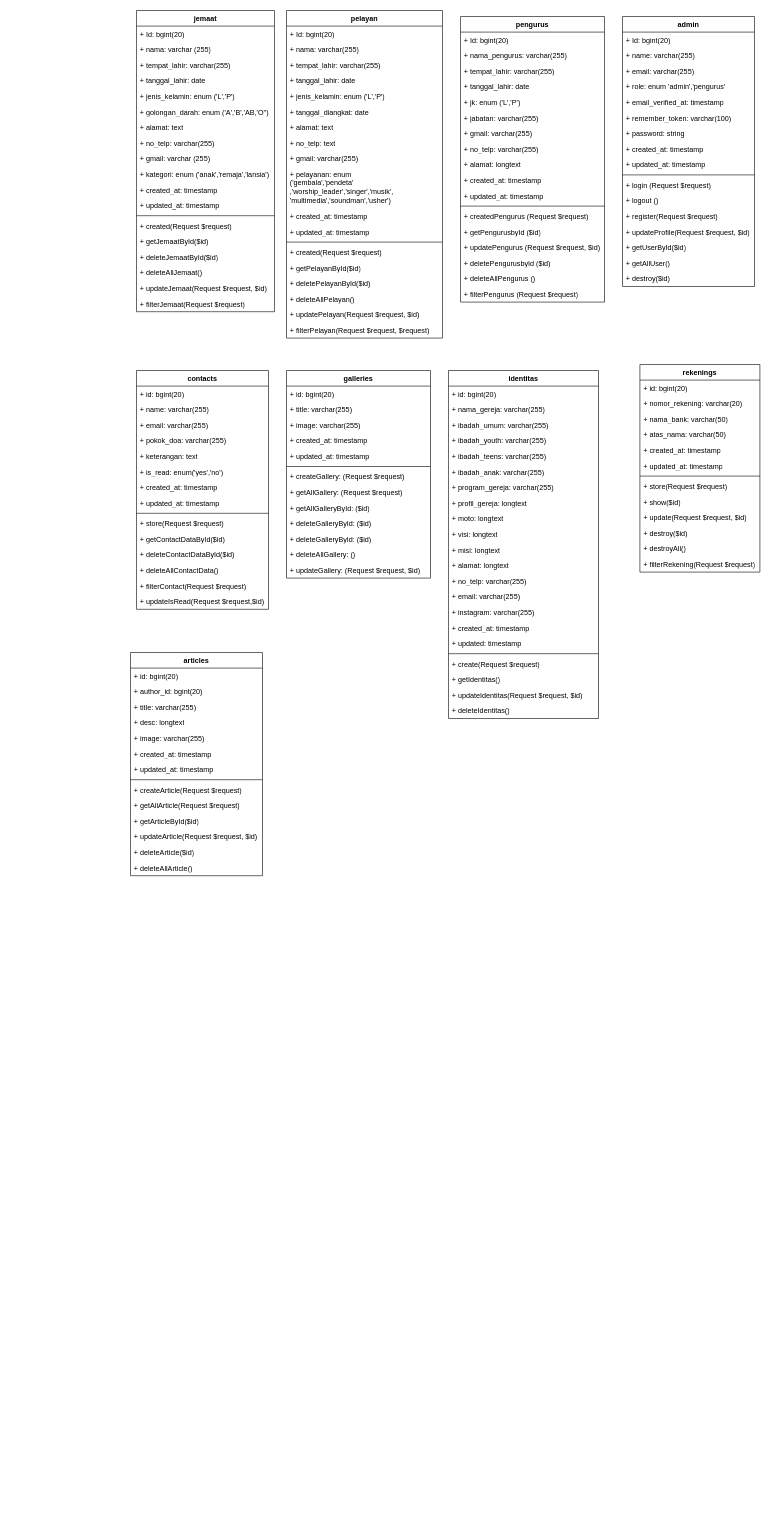
This is page "Page-4" (4 of 4) of Diagram Tanpa Judul.drawio from alhidayah-projects/.github, a draw.io file, before an edit. Source tidied: cells renumbered, new cells numbered last; positions are measured from the earlier drawing's top-left corner, leaving out a move shared by most shapes. Both pictures are drawn from the tidied source at 60%, with x=0, y=0 at pixel (130, 10).
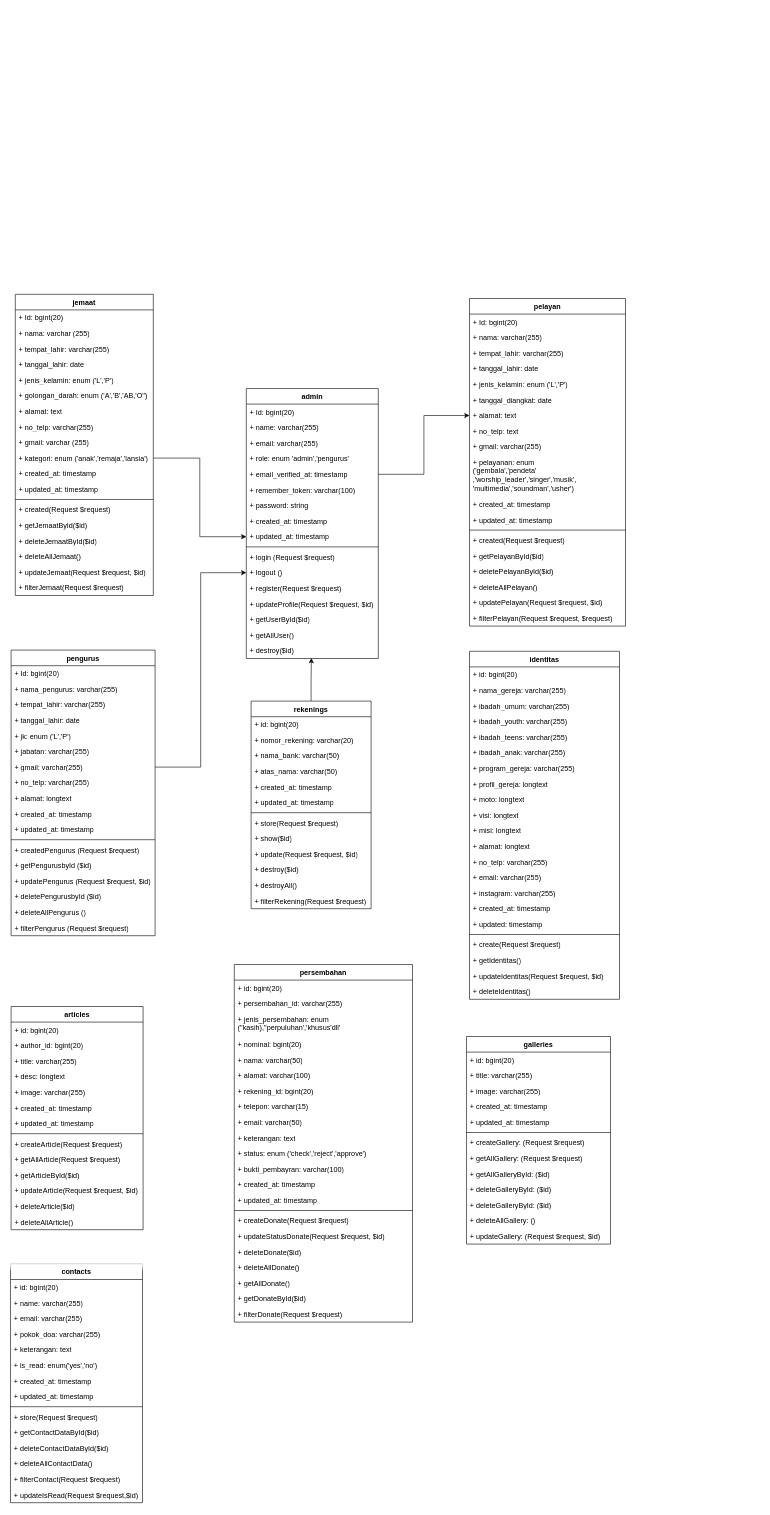
The same diagram, later.

Unchanged cells that the change refers to:
```xml
<mxCell id="12" value="+ kategori: enum ('anak','remaja','lansia')" style="text;strokeColor=none;fillColor=none;align=left;verticalAlign=top;spacingLeft=4;spacingRight=4;overflow=hidden;points=[[0,0.5],[1,0.5]];portConstraint=eastwest;whiteSpace=wrap;html=1;" parent="2" vertex="1">
  <mxGeometry y="260" width="230" height="26" as="geometry" />
</mxCell>
<mxCell id="29" value="+ gmail: varchar(255)" style="text;strokeColor=none;fillColor=none;align=left;verticalAlign=top;spacingLeft=4;spacingRight=4;overflow=hidden;points=[[0,0.5],[1,0.5]];portConstraint=eastwest;whiteSpace=wrap;html=1;" parent="22" vertex="1">
  <mxGeometry y="182" width="240" height="26" as="geometry" />
</mxCell>
<mxCell id="48" value="+ alamat: text" style="text;strokeColor=none;fillColor=none;align=left;verticalAlign=top;spacingLeft=4;spacingRight=4;overflow=hidden;points=[[0,0.5],[1,0.5]];portConstraint=eastwest;whiteSpace=wrap;html=1;" parent="41" vertex="1">
  <mxGeometry y="182" width="260" height="26" as="geometry" />
</mxCell>
<mxCell id="66" value="+ email_verified_at: timestamp" style="text;strokeColor=none;fillColor=none;align=left;verticalAlign=top;spacingLeft=4;spacingRight=4;overflow=hidden;points=[[0,0.5],[1,0.5]];portConstraint=eastwest;whiteSpace=wrap;html=1;" parent="61" vertex="1">
  <mxGeometry y="130" width="220" height="26" as="geometry" />
</mxCell>
<mxCell id="70" value="+ updated_at: timestamp" style="text;strokeColor=none;fillColor=none;align=left;verticalAlign=top;spacingLeft=4;spacingRight=4;overflow=hidden;points=[[0,0.5],[1,0.5]];portConstraint=eastwest;whiteSpace=wrap;html=1;" parent="61" vertex="1">
  <mxGeometry y="234" width="220" height="26" as="geometry" />
</mxCell>
<mxCell id="73" value="+ logout ()" style="text;strokeColor=none;fillColor=none;align=left;verticalAlign=top;spacingLeft=4;spacingRight=4;overflow=hidden;points=[[0,0.5],[1,0.5]];portConstraint=eastwest;whiteSpace=wrap;html=1;" parent="61" vertex="1">
  <mxGeometry y="294" width="220" height="26" as="geometry" />
</mxCell>
<mxCell id="78" value="+ destroy($id)" style="text;strokeColor=none;fillColor=none;align=left;verticalAlign=top;spacingLeft=4;spacingRight=4;overflow=hidden;points=[[0,0.5],[1,0.5]];portConstraint=eastwest;whiteSpace=wrap;html=1;" parent="61" vertex="1">
  <mxGeometry y="424" width="220" height="26" as="geometry" />
</mxCell>
```

Change to the diagram source:
```diff
@@
     <mxCell id="2" value="jemaat" style="swimlane;fontStyle=1;align=center;verticalAlign=top;horizontal=1;startSize=26;whiteSpace=wrap;html=1;" parent="1" vertex="1">
-      <mxGeometry x="10" width="230" height="502" as="geometry" />
+      <mxGeometry x="-192" y="473" width="230" height="502" as="geometry" />
     </mxCell>
@@
     <mxCell id="22" value="pengurus" style="swimlane;fontStyle=1;align=center;verticalAlign=top;horizontal=1;startSize=26;whiteSpace=wrap;html=1;" parent="1" vertex="1">
-      <mxGeometry x="550" y="10" width="240" height="476" as="geometry" />
+      <mxGeometry x="-199" y="1066" width="240" height="476" as="geometry" />
     </mxCell>
@@
     <mxCell id="41" value="pelayan" style="swimlane;fontStyle=1;align=center;verticalAlign=top;horizontal=1;startSize=26;whiteSpace=wrap;html=1;" parent="1" vertex="1">
-      <mxGeometry x="260" width="260" height="546" as="geometry" />
+      <mxGeometry x="565" y="480" width="260" height="546" as="geometry" />
     </mxCell>
@@
     <mxCell id="61" value="admin" style="swimlane;fontStyle=1;align=center;verticalAlign=top;horizontal=1;startSize=26;whiteSpace=wrap;html=1;" parent="1" vertex="1">
-      <mxGeometry x="820" y="10" width="220" height="450" as="geometry" />
+      <mxGeometry x="193" y="630" width="220" height="450" as="geometry" />
     </mxCell>
@@
-    <mxCell id="79" value="contacts" style="swimlane;fontStyle=1;align=center;verticalAlign=top;horizontal=1;startSize=26;whiteSpace=wrap;html=1;" parent="1" vertex="1">
-      <mxGeometry x="10" y="600" width="220" height="398" as="geometry" />
+    <mxCell id="79" value="contacts" style="swimlane;fontStyle=1;align=center;verticalAlign=top;horizontal=1;startSize=26;whiteSpace=wrap;html=1;glass=1;" parent="1" vertex="1">
+      <mxGeometry x="-200" y="2089" width="220" height="398" as="geometry" />
     </mxCell>
@@
     <mxCell id="95" value="galleries" style="swimlane;fontStyle=1;align=center;verticalAlign=top;horizontal=1;startSize=26;whiteSpace=wrap;html=1;" parent="1" vertex="1">
-      <mxGeometry x="260" y="600" width="240" height="346" as="geometry" />
+      <mxGeometry x="560" y="1710" width="240" height="346" as="geometry" />
     </mxCell>
@@
     <mxCell id="109" value="identitas" style="swimlane;fontStyle=1;align=center;verticalAlign=top;horizontal=1;startSize=26;whiteSpace=wrap;html=1;" parent="1" vertex="1">
-      <mxGeometry x="530" y="600" width="250" height="580" as="geometry" />
+      <mxGeometry x="565" y="1068" width="250" height="580" as="geometry" />
     </mxCell>
@@
+    <mxCell id="161" style="edgeStyle=orthogonalEdgeStyle;rounded=0;jettySize=auto;html=1;exitX=0.5;exitY=0;exitDx=0;exitDy=0;entryX=0.493;entryY=0.97;entryDx=0;entryDy=0;entryPerimeter=0;" parent="1" edge="1" source="132" target="78">
+      <mxGeometry relative="1" as="geometry" />
+    </mxCell>
     <mxCell id="132" value="rekenings" style="swimlane;fontStyle=1;align=center;verticalAlign=top;horizontal=1;startSize=26;whiteSpace=wrap;html=1;" parent="1" vertex="1">
-      <mxGeometry x="849" y="590" width="200" height="346" as="geometry" />
+      <mxGeometry x="201" y="1151" width="200" height="346" as="geometry" />
     </mxCell>
@@
     <mxCell id="146" value="articles" style="swimlane;fontStyle=1;align=center;verticalAlign=top;horizontal=1;startSize=26;whiteSpace=wrap;html=1;" parent="1" vertex="1">
-      <mxGeometry y="1070" width="220" height="372" as="geometry" />
+      <mxGeometry x="-199" y="1660" width="220" height="372" as="geometry" />
     </mxCell>
@@
+    <mxCell id="162" value="persembahan" style="swimlane;fontStyle=1;align=center;verticalAlign=top;horizontal=1;startSize=26;whiteSpace=wrap;html=1;" parent="1" vertex="1">
+      <mxGeometry x="173" y="1590" width="297" height="596" as="geometry" />
+    </mxCell>
+    <mxCell id="163" value="+ id: bgint(20)" style="text;strokeColor=none;fillColor=none;align=left;verticalAlign=top;spacingLeft=4;spacingRight=4;overflow=hidden;whiteSpace=wrap;html=1;" parent="162" vertex="1">
+      <mxGeometry y="26" width="297" height="26" as="geometry" />
+    </mxCell>
+    <mxCell id="164" value="+ persembahan_id: varchar(255)" style="text;strokeColor=none;fillColor=none;align=left;verticalAlign=top;spacingLeft=4;spacingRight=4;overflow=hidden;whiteSpace=wrap;html=1;" parent="162" vertex="1">
+      <mxGeometry y="52" width="297" height="26" as="geometry" />
+    </mxCell>
+    <mxCell id="165" value="+ jenis_persembahan: enum (''kasih),''perpuluhan','khusus'dll'" style="text;strokeColor=none;fillColor=none;align=left;verticalAlign=top;spacingLeft=4;spacingRight=4;overflow=hidden;whiteSpace=wrap;html=1;" parent="162" vertex="1">
+      <mxGeometry y="78" width="297" height="42" as="geometry" />
+    </mxCell>
+    <mxCell id="166" value="+ nominal: bgint(20)" style="text;strokeColor=none;fillColor=none;align=left;verticalAlign=top;spacingLeft=4;spacingRight=4;overflow=hidden;whiteSpace=wrap;html=1;" parent="162" vertex="1">
+      <mxGeometry y="120" width="297" height="26" as="geometry" />
+    </mxCell>
+    <mxCell id="167" value="+ nama: varchar(50)" style="text;strokeColor=none;fillColor=none;align=left;verticalAlign=top;spacingLeft=4;spacingRight=4;overflow=hidden;whiteSpace=wrap;html=1;" parent="162" vertex="1">
+      <mxGeometry y="146" width="297" height="26" as="geometry" />
+    </mxCell>
+    <mxCell id="168" value="+ alamat: varchar(100)" style="text;strokeColor=none;fillColor=none;align=left;verticalAlign=top;spacingLeft=4;spacingRight=4;overflow=hidden;whiteSpace=wrap;html=1;" parent="162" vertex="1">
+      <mxGeometry y="172" width="297" height="26" as="geometry" />
+    </mxCell>
+    <mxCell id="169" value="+ rekening_id: bgint(20)" style="text;strokeColor=none;fillColor=none;align=left;verticalAlign=top;spacingLeft=4;spacingRight=4;overflow=hidden;whiteSpace=wrap;html=1;" parent="162" vertex="1">
+      <mxGeometry y="198" width="297" height="26" as="geometry" />
+    </mxCell>
+    <mxCell id="170" value="+ telepon: varchar(15)" style="text;strokeColor=none;fillColor=none;align=left;verticalAlign=top;spacingLeft=4;spacingRight=4;overflow=hidden;whiteSpace=wrap;html=1;" parent="162" vertex="1">
+      <mxGeometry y="224" width="297" height="26" as="geometry" />
+    </mxCell>
+    <mxCell id="171" value="+ email: varchar(50)" style="text;strokeColor=none;fillColor=none;align=left;verticalAlign=top;spacingLeft=4;spacingRight=4;overflow=hidden;whiteSpace=wrap;html=1;" parent="162" vertex="1">
+      <mxGeometry y="250" width="297" height="26" as="geometry" />
+    </mxCell>
+    <mxCell id="172" value="+ keterangan: text" style="text;strokeColor=none;fillColor=none;align=left;verticalAlign=top;spacingLeft=4;spacingRight=4;overflow=hidden;whiteSpace=wrap;html=1;" parent="162" vertex="1">
+      <mxGeometry y="276" width="297" height="26" as="geometry" />
+    </mxCell>
+    <mxCell id="173" value="+ status: enum ('check','reject','approve')" style="text;strokeColor=none;fillColor=none;align=left;verticalAlign=top;spacingLeft=4;spacingRight=4;overflow=hidden;whiteSpace=wrap;html=1;" parent="162" vertex="1">
+      <mxGeometry y="302" width="297" height="26" as="geometry" />
+    </mxCell>
+    <mxCell id="174" value="+ bukti_pembayran: varchar(100)" style="text;strokeColor=none;fillColor=none;align=left;verticalAlign=top;spacingLeft=4;spacingRight=4;overflow=hidden;whiteSpace=wrap;html=1;" parent="162" vertex="1">
+      <mxGeometry y="328" width="297" height="26" as="geometry" />
+    </mxCell>
+    <mxCell id="175" value="+ created_at: timestamp" style="text;strokeColor=none;fillColor=none;align=left;verticalAlign=top;spacingLeft=4;spacingRight=4;overflow=hidden;whiteSpace=wrap;html=1;" parent="162" vertex="1">
+      <mxGeometry y="354" width="297" height="26" as="geometry" />
+    </mxCell>
+    <mxCell id="176" value="+ updated_at: timestamp" style="text;strokeColor=none;fillColor=none;align=left;verticalAlign=top;spacingLeft=4;spacingRight=4;overflow=hidden;whiteSpace=wrap;html=1;" parent="162" vertex="1">
+      <mxGeometry y="380" width="297" height="26" as="geometry" />
+    </mxCell>
+    <mxCell id="177" style="line;strokeWidth=1;fillColor=none;align=left;verticalAlign=middle;spacingTop=-1;spacingLeft=3;spacingRight=3;labelPosition=right;strokeColor=inherit;" parent="162" vertex="1">
+      <mxGeometry y="406" width="297" height="8" as="geometry" />
+    </mxCell>
+    <mxCell id="178" value="+ createDonate(Request $request)" style="text;strokeColor=none;fillColor=none;align=left;verticalAlign=top;spacingLeft=4;spacingRight=4;overflow=hidden;whiteSpace=wrap;html=1;" parent="162" vertex="1">
+      <mxGeometry y="414" width="297" height="26" as="geometry" />
+    </mxCell>
+    <mxCell id="179" value="+ updateStatusDonate(Request $request, $id)" style="text;strokeColor=none;fillColor=none;align=left;verticalAlign=top;spacingLeft=4;spacingRight=4;overflow=hidden;whiteSpace=wrap;html=1;" parent="162" vertex="1">
+      <mxGeometry y="440" width="297" height="26" as="geometry" />
+    </mxCell>
+    <mxCell id="180" value="+ deleteDonate($id)" style="text;strokeColor=none;fillColor=none;align=left;verticalAlign=top;spacingLeft=4;spacingRight=4;overflow=hidden;whiteSpace=wrap;html=1;" parent="162" vertex="1">
+      <mxGeometry y="466" width="297" height="26" as="geometry" />
+    </mxCell>
+    <mxCell id="181" value="+ deleteAllDonate()" style="text;strokeColor=none;fillColor=none;align=left;verticalAlign=top;spacingLeft=4;spacingRight=4;overflow=hidden;whiteSpace=wrap;html=1;" parent="162" vertex="1">
+      <mxGeometry y="492" width="297" height="26" as="geometry" />
+    </mxCell>
+    <mxCell id="182" value="+ getAllDonate()" style="text;strokeColor=none;fillColor=none;align=left;verticalAlign=top;spacingLeft=4;spacingRight=4;overflow=hidden;whiteSpace=wrap;html=1;" parent="162" vertex="1">
+      <mxGeometry y="518" width="297" height="26" as="geometry" />
+    </mxCell>
+    <mxCell id="183" value="+ getDonateById($id)" style="text;strokeColor=none;fillColor=none;align=left;verticalAlign=top;spacingLeft=4;spacingRight=4;overflow=hidden;whiteSpace=wrap;html=1;" parent="162" vertex="1">
+      <mxGeometry y="544" width="297" height="26" as="geometry" />
+    </mxCell>
+    <mxCell id="184" value="+ filterDonate(Request $request)" style="text;strokeColor=none;fillColor=none;align=left;verticalAlign=top;spacingLeft=4;spacingRight=4;overflow=hidden;whiteSpace=wrap;html=1;" parent="162" vertex="1">
+      <mxGeometry y="570" width="297" height="26" as="geometry" />
+    </mxCell>
+    <mxCell id="185" style="edgeStyle=orthogonalEdgeStyle;rounded=0;jettySize=auto;html=1;exitX=1;exitY=0.5;exitDx=0;exitDy=0;entryX=0;entryY=0.5;entryDx=0;entryDy=0;strokeColor=default;" parent="1" edge="1" source="12" target="70">
+      <mxGeometry relative="1" as="geometry" />
+    </mxCell>
+    <mxCell id="186" style="edgeStyle=orthogonalEdgeStyle;rounded=0;jettySize=auto;html=1;exitX=1;exitY=0.5;exitDx=0;exitDy=0;entryX=0;entryY=0.5;entryDx=0;entryDy=0;" parent="1" edge="1" source="66" target="48">
+      <mxGeometry relative="1" as="geometry" />
+    </mxCell>
+    <mxCell id="187" style="edgeStyle=orthogonalEdgeStyle;rounded=0;jettySize=auto;html=1;exitX=1;exitY=0.5;exitDx=0;exitDy=0;entryX=0;entryY=0.5;entryDx=0;entryDy=0;" parent="1" edge="1" source="29" target="73">
+      <mxGeometry relative="1" as="geometry" />
+    </mxCell>
```
